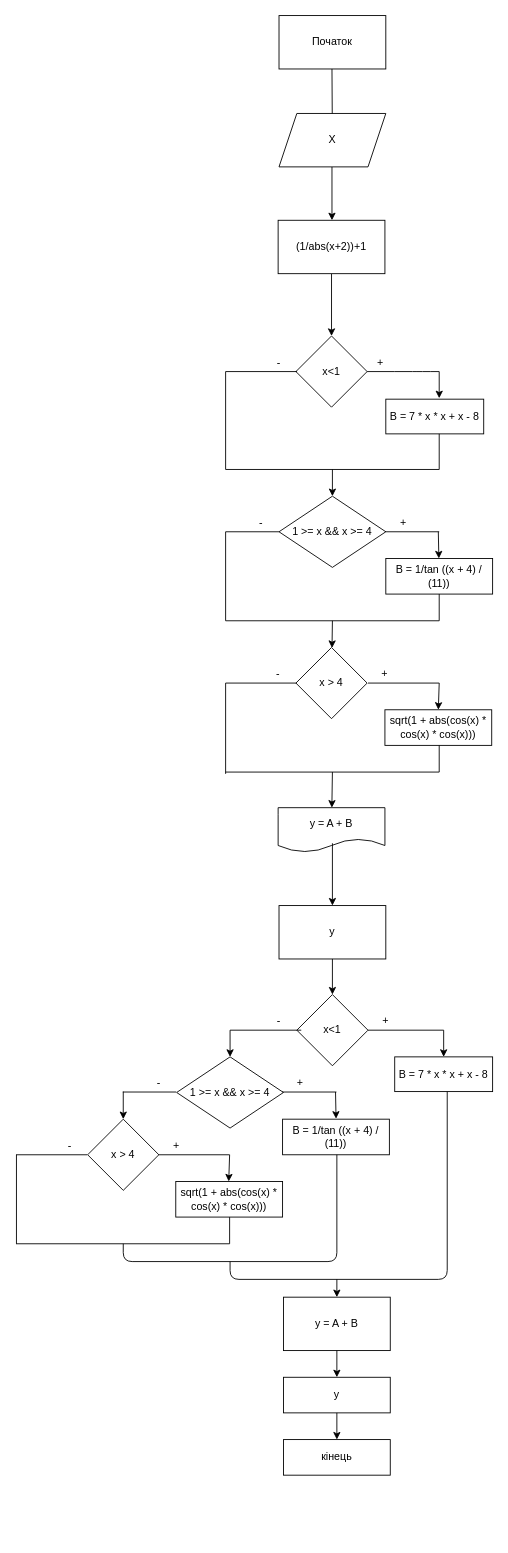
The draw.io diagram Untitled Diagram.drawio in ZhurakovskyiArtem/lab_03, before the edit. Source tidied: cells renumbered, new cells numbered last; positions are measured from the earlier drawing's top-left corner, leaving out a move shared by most shapes. Both pictures are drawn from the tidied source at 89%, with x=0, y=0 at pixel (15, 15).
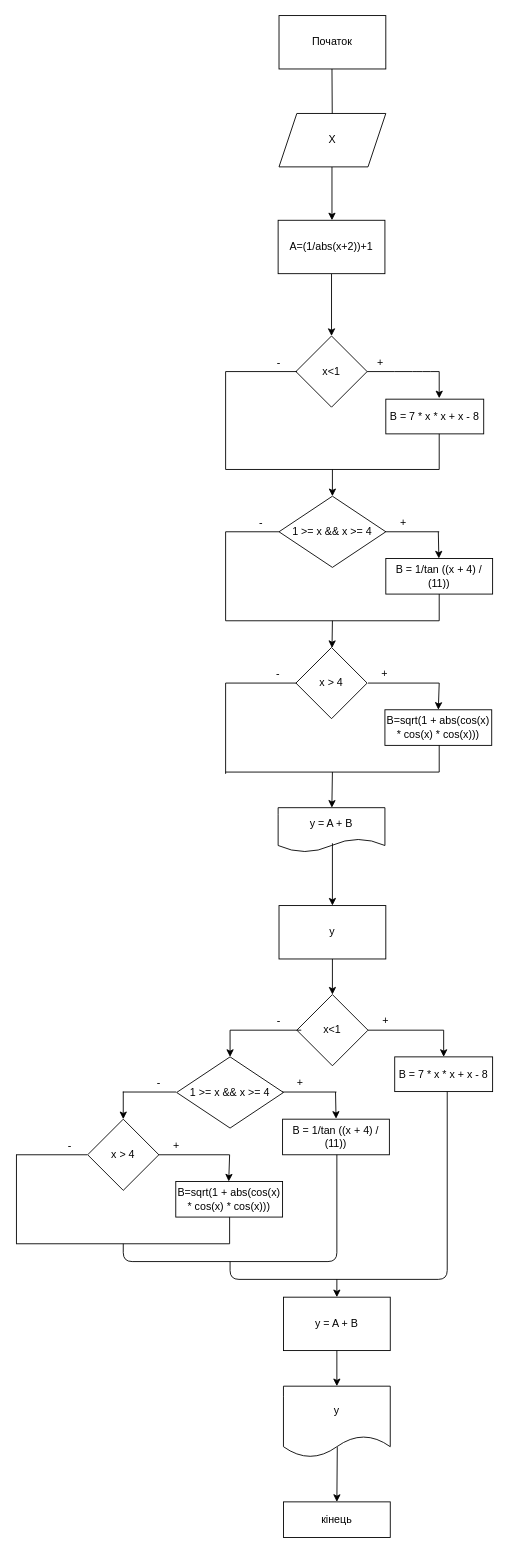
After the change.

The change refers to these unchanged cells:
```xml
<mxCell id="72" value="y = A + B" style="whiteSpace=wrap;html=1;" parent="1" vertex="1">
  <mxGeometry x="301" y="1440" width="120" height="60" as="geometry" />
</mxCell>
```

The edit, as a diff of the source:
```diff
@@
-    <mxCell id="5" value="(1/abs(x+2))+1" style="whiteSpace=wrap;html=1;" parent="1" vertex="1">
+    <mxCell id="5" value="A=(1/abs(x+2))+1" style="whiteSpace=wrap;html=1;" parent="1" vertex="1">
       <mxGeometry x="295" y="230" width="120" height="60" as="geometry" />
     </mxCell>
@@
-    <mxCell id="32" value="sqrt(1 + abs(cos(x) * cos(x) * cos(x)))" style="whiteSpace=wrap;html=1;" parent="1" vertex="1">
+    <mxCell id="32" value="B=sqrt(1 + abs(cos(x) * cos(x) * cos(x)))" style="whiteSpace=wrap;html=1;" parent="1" vertex="1">
       <mxGeometry x="415" y="780" width="120" height="40" as="geometry" />
     </mxCell>
@@
-    <mxCell id="68" value="sqrt(1 + abs(cos(x) * cos(x) * cos(x)))" style="whiteSpace=wrap;html=1;" parent="1" vertex="1">
+    <mxCell id="68" value="B=sqrt(1 + abs(cos(x) * cos(x) * cos(x)))" style="whiteSpace=wrap;html=1;" parent="1" vertex="1">
       <mxGeometry x="180" y="1310" width="120" height="40" as="geometry" />
     </mxCell>
@@
-    <mxCell id="82" value="y" style="whiteSpace=wrap;html=1;" parent="1" vertex="1">
-      <mxGeometry x="301" y="1530" width="120" height="40" as="geometry" />
-    </mxCell>
-    <mxCell id="83" style="endArrow=classic;html=1;entryX=0.5;entryY=0;entryDx=0;entryDy=0;exitX=0.5;exitY=1;exitDx=0;exitDy=0;" parent="1" edge="1" source="72" target="82">
-      <mxGeometry relative="1" as="geometry" />
+    <mxCell id="83" style="endArrow=classic;html=1;entryX=0.5;entryY=0;entryDx=0;entryDy=0;exitX=0.5;exitY=1;exitDx=0;exitDy=0;" parent="1" edge="1" source="72">
+      <mxGeometry relative="1" as="geometry">
+        <mxPoint x="361" y="1540" as="targetPoint" />
+      </mxGeometry>
     </mxCell>
     <mxCell id="84" value="кінець" style="whiteSpace=wrap;html=1;" parent="1" vertex="1">
-      <mxGeometry x="301" y="1600" width="120" height="40" as="geometry" />
+      <mxGeometry x="301" y="1670" width="120" height="40" as="geometry" />
     </mxCell>
-    <mxCell id="85" style="endArrow=classic;html=1;entryX=0.5;entryY=0;entryDx=0;entryDy=0;exitX=0.5;exitY=1;exitDx=0;exitDy=0;" parent="1" edge="1" source="82" target="84">
+    <mxCell id="85" style="endArrow=classic;html=1;entryX=0.5;entryY=0;entryDx=0;entryDy=0;exitX=0.504;exitY=0.856;exitDx=0;exitDy=0;exitPerimeter=0;" parent="1" edge="1" source="82" target="84">
       <mxGeometry relative="1" as="geometry" />
     </mxCell>
+    <mxCell id="82" value="y" style="shape=document;whiteSpace=wrap;html=1;boundedLbl=1;rounded=1;" parent="1" vertex="1">
+      <mxGeometry x="301" y="1540" width="120" height="80" as="geometry" />
+    </mxCell>
```
